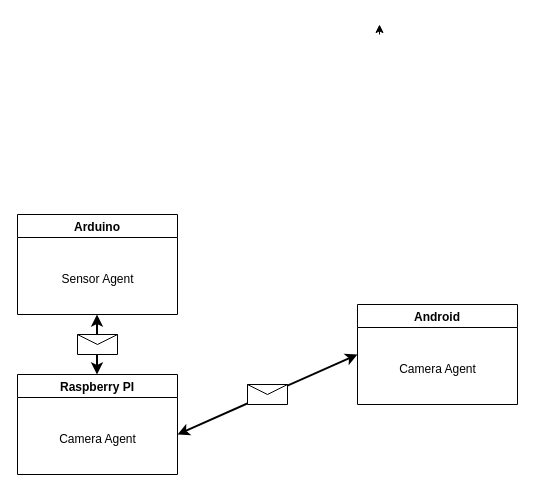
The draw.io diagram Diagrama_de_deployment.drawio in bmarrao/TPSE, before the edit. Source tidied: cells renumbered, new cells numbered last; positions are measured from the earlier drawing's top-left corner, leaving out a move shared by most shapes. Both pictures are drawn from the tidied source at 100%, with x=0, y=0 at pixel (17, 24).
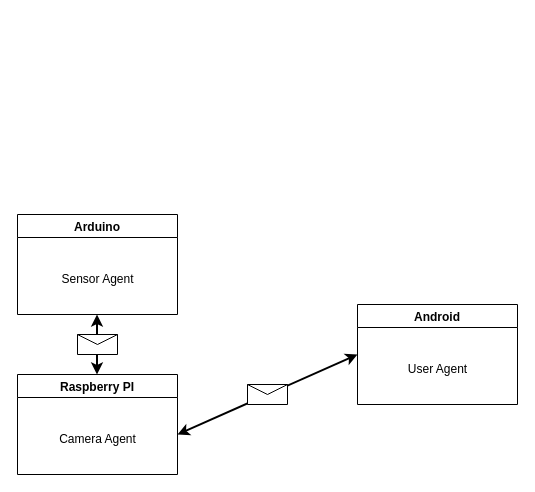
The same diagram, later.

Commit message:
Removed useless arrow

Change to the diagram source:
```diff
@@
 <mxGraphModel>
   <root>
     <mxCell id="0" />
     <mxCell id="1" parent="0" />
     <mxCell id="2" value="Arduino" style="swimlane;" parent="1" vertex="1">
       <mxGeometry y="190" width="160" height="100" as="geometry" />
     </mxCell>
     <mxCell id="3" value="Sensor Agent" style="text;html=1;align=center;verticalAlign=middle;strokeColor=none;fillColor=none;" parent="2" vertex="1">
       <mxGeometry x="30" y="50" width="100" height="30" as="geometry" />
     </mxCell>
     <mxCell id="4" value="Raspberry PI" style="swimlane;" parent="1" vertex="1">
       <mxGeometry y="350" width="160" height="100" as="geometry" />
     </mxCell>
     <mxCell id="5" value="Camera Agent" style="text;html=1;align=center;verticalAlign=middle;strokeColor=none;fillColor=none;" parent="4" vertex="1">
       <mxGeometry x="30" y="50" width="100" height="30" as="geometry" />
     </mxCell>
     <mxCell id="6" value="Android" style="swimlane;" parent="1" vertex="1">
       <mxGeometry x="340" y="280" width="160" height="100" as="geometry" />
     </mxCell>
-    <mxCell id="7" value="Camera Agent" style="text;html=1;align=center;verticalAlign=middle;strokeColor=none;fillColor=none;" parent="6" vertex="1">
-      <mxGeometry x="30" y="50" width="100" height="30" as="geometry" />
+    <mxCell id="7" value="User Agent" style="text;html=1;align=center;verticalAlign=middle;strokeColor=none;fillColor=none;" parent="6" vertex="1">
+      <mxGeometry x="40" y="50" width="80" height="30" as="geometry" />
     </mxCell>
     <mxCell id="8" style="endArrow=classic;startArrow=classic;html=1;rounded=0;strokeWidth=2;" parent="1" edge="1">
       <mxGeometry relative="1" as="geometry">
         <mxPoint x="79.5" y="350" as="sourcePoint" />
         <mxPoint x="79.5" y="290" as="targetPoint" />
       </mxGeometry>
     </mxCell>
     <mxCell id="9" style="endArrow=classic;startArrow=classic;html=1;rounded=0;strokeWidth=2;" parent="1" edge="1">
       <mxGeometry relative="1" as="geometry">
         <mxPoint x="340" y="330" as="sourcePoint" />
         <mxPoint x="160" y="410" as="targetPoint" />
       </mxGeometry>
     </mxCell>
-    <mxCell id="10" style="edgeStyle=orthogonalEdgeStyle;rounded=0;orthogonalLoop=1;jettySize=auto;html=1;exitX=0.5;exitY=0;exitDx=0;exitDy=0;" parent="1" edge="1">
-      <mxGeometry relative="1" as="geometry">
-        <mxPoint x="362" y="10" as="sourcePoint" />
-        <mxPoint x="362" as="targetPoint" />
-      </mxGeometry>
-    </mxCell>
     <mxCell id="11" style="edgeStyle=orthogonalEdgeStyle;rounded=0;orthogonalLoop=1;jettySize=auto;html=1;exitX=0.5;exitY=0;exitDx=0;exitDy=0;entryX=0.5;entryY=0;entryDx=0;entryDy=0;" parent="1" edge="1">
       <mxGeometry relative="1" as="geometry">
         <mxPoint x="362" y="10" as="sourcePoint" />
         <mxPoint x="362" y="10" as="targetPoint" />
       </mxGeometry>
     </mxCell>
     <mxCell id="12" style="shape=message;html=1;html=1;labelPosition=center;verticalLabelPosition=bottom;align=center;verticalAlign=top;" parent="1" vertex="1">
       <mxGeometry x="60" y="310" width="40" height="20" as="geometry" />
     </mxCell>
     <mxCell id="13" style="shape=message;html=1;html=1;labelPosition=center;verticalLabelPosition=bottom;align=center;verticalAlign=top;" parent="1" vertex="1">
       <mxGeometry x="230" y="360" width="40" height="20" as="geometry" />
     </mxCell>
   </root>
 </mxGraphModel>
```
